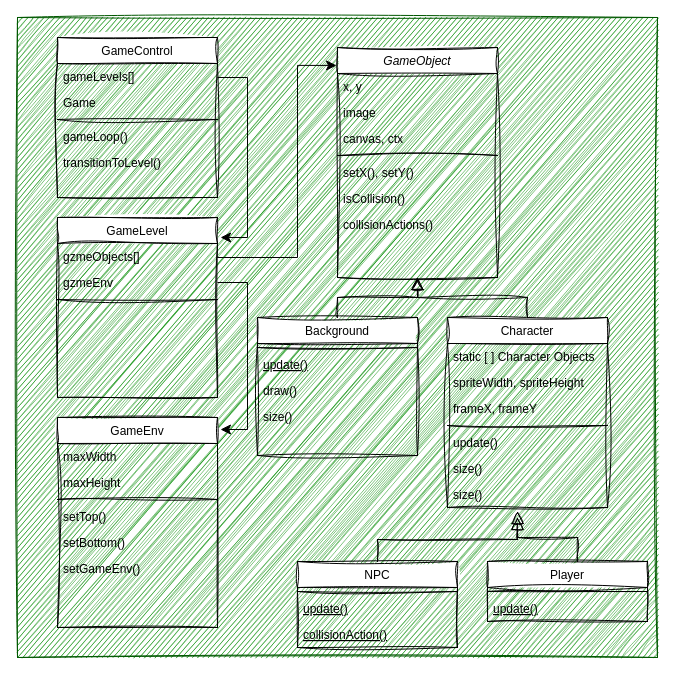
Before: design/alienWorld/gameDiagram.drawio in xinjiav3/NileBrownGame, a draw.io diagram. Source tidied: cells renumbered, new cells numbered last; positions are measured from the earlier drawing's top-left corner, leaving out a move shared by most shapes. Both pictures are drawn from the tidied source at 100%, with x=0, y=0 at pixel (17, 17).
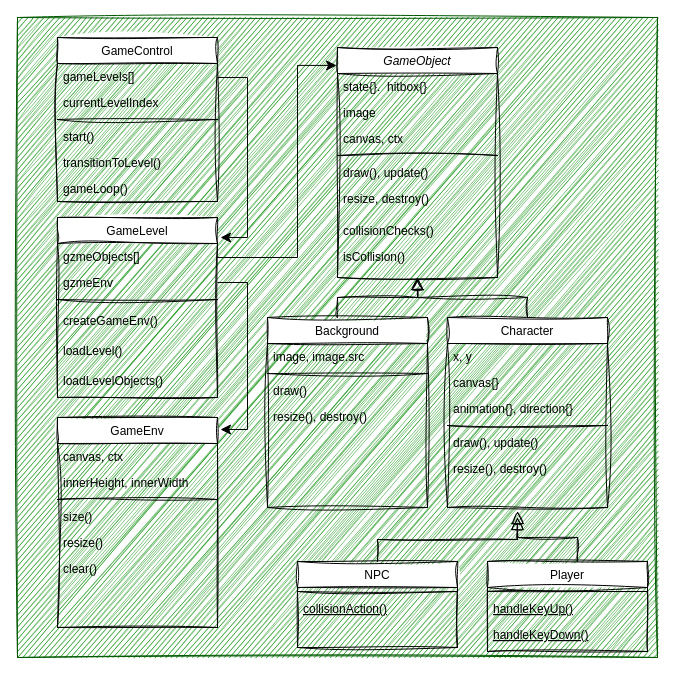
After the change.

Commit message:
rework drawio for future updates

Unchanged cells that the change refers to:
```xml
<mxCell id="3" value="GameObject" style="swimlane;fontStyle=2;align=center;verticalAlign=top;horizontal=1;startSize=26;rounded=0;shadow=0;strokeWidth=1;sketch=1;curveFitting=1;jiggle=2;" parent="1" vertex="1">
  <mxGeometry x="320" y="30" width="160" height="230" as="geometry" />
</mxCell>
<mxCell id="17" value="Character" style="swimlane;fontStyle=0;align=center;verticalAlign=top;horizontal=1;startSize=26;rounded=0;shadow=0;strokeWidth=1;sketch=1;curveFitting=1;jiggle=2;" parent="1" vertex="1">
  <mxGeometry x="430" y="300" width="160" height="190" as="geometry" />
</mxCell>
<mxCell id="32" value="NPC" style="swimlane;fontStyle=0;align=center;verticalAlign=top;horizontal=1;startSize=26;rounded=0;shadow=0;strokeWidth=1;sketch=1;curveFitting=1;jiggle=2;" parent="1" vertex="1">
  <mxGeometry x="280" y="544" width="160" height="86" as="geometry" />
</mxCell>
<mxCell id="41" value="GameEnv" style="swimlane;fontStyle=0;align=center;verticalAlign=top;horizontal=1;startSize=26;rounded=0;shadow=0;strokeWidth=1;sketch=1;curveFitting=1;jiggle=2;" parent="1" vertex="1">
  <mxGeometry x="40" y="400" width="160" height="210" as="geometry" />
</mxCell>
```

Change to the diagram source:
```diff
@@
-    <mxCell id="4" value="x, y" style="text;align=left;verticalAlign=top;spacingLeft=4;spacingRight=4;overflow=hidden;sketch=1;curveFitting=1;jiggle=2;rounded=0;" parent="3" vertex="1">
+    <mxCell id="4" value="state{}.  hitbox{}" style="text;align=left;verticalAlign=top;spacingLeft=4;spacingRight=4;overflow=hidden;sketch=1;curveFitting=1;jiggle=2;rounded=0;" parent="3" vertex="1">
       <mxGeometry y="26" width="160" height="26" as="geometry" />
     </mxCell>
@@
-    <mxCell id="8" value="setX(), setY()&#10;" style="text;align=left;verticalAlign=top;spacingLeft=4;spacingRight=4;overflow=hidden;sketch=1;curveFitting=1;jiggle=2;rounded=0;" parent="3" vertex="1">
-      <mxGeometry y="112" width="160" height="26" as="geometry" />
-    </mxCell>
-    <mxCell id="9" value="isCollision()" style="text;align=left;verticalAlign=top;spacingLeft=4;spacingRight=4;overflow=hidden;sketch=1;curveFitting=1;jiggle=2;rounded=0;" parent="3" vertex="1">
-      <mxGeometry y="138" width="160" height="26" as="geometry" />
+    <mxCell id="9" value="draw(), update()" style="text;align=left;verticalAlign=top;spacingLeft=4;spacingRight=4;overflow=hidden;sketch=1;curveFitting=1;jiggle=2;rounded=0;" parent="3" vertex="1">
+      <mxGeometry y="112" width="160" height="26" as="geometry" />
     </mxCell>
-    <mxCell id="10" value="collisionActions()" style="text;align=left;verticalAlign=top;spacingLeft=4;spacingRight=4;overflow=hidden;sketch=1;curveFitting=1;jiggle=2;rounded=0;" parent="3" vertex="1">
-      <mxGeometry y="164" width="160" height="26" as="geometry" />
+    <mxCell id="10" value="resize, destroy()" style="text;align=left;verticalAlign=top;spacingLeft=4;spacingRight=4;overflow=hidden;sketch=1;curveFitting=1;jiggle=2;rounded=0;" parent="3" vertex="1">
+      <mxGeometry y="138" width="160" height="24" as="geometry" />
     </mxCell>
-    <mxCell id="11" value="Background" style="swimlane;fontStyle=0;align=center;verticalAlign=top;horizontal=1;startSize=26;rounded=0;shadow=0;strokeWidth=1;sketch=1;curveFitting=1;jiggle=2;" parent="1" vertex="1">
-      <mxGeometry x="240" y="300" width="160" height="138" as="geometry" />
-    </mxCell>
-    <mxCell id="12" style="line;html=1;strokeWidth=1;align=left;verticalAlign=middle;spacingTop=-1;spacingLeft=3;spacingRight=3;labelPosition=right;sketch=1;curveFitting=1;jiggle=2;rounded=0;" parent="11" vertex="1">
-      <mxGeometry y="26" width="160" height="8" as="geometry" />
-    </mxCell>
-    <mxCell id="13" value="update()" style="text;align=left;verticalAlign=top;spacingLeft=4;spacingRight=4;overflow=hidden;fontStyle=4;sketch=1;curveFitting=1;jiggle=2;rounded=0;" parent="11" vertex="1">
-      <mxGeometry y="34" width="160" height="26" as="geometry" />
-    </mxCell>
-    <mxCell id="14" value="draw()" style="text;align=left;verticalAlign=top;spacingLeft=4;spacingRight=4;overflow=hidden;sketch=1;curveFitting=1;jiggle=2;rounded=0;" parent="11" vertex="1">
-      <mxGeometry y="60" width="160" height="26" as="geometry" />
-    </mxCell>
-    <mxCell id="15" value="size()" style="text;align=left;verticalAlign=top;spacingLeft=4;spacingRight=4;overflow=hidden;sketch=1;curveFitting=1;jiggle=2;rounded=0;" parent="11" vertex="1">
-      <mxGeometry y="86" width="160" height="26" as="geometry" />
-    </mxCell>
-    <mxCell id="16" style="endArrow=block;endSize=10;endFill=0;shadow=0;strokeWidth=1;rounded=0;edgeStyle=elbowEdgeStyle;elbow=vertical;sketch=1;curveFitting=1;jiggle=2;" parent="1" edge="1" source="11" target="3">
-      <mxGeometry relative="1" as="geometry" />
+    <mxCell id="16" style="endArrow=block;endSize=10;endFill=0;shadow=0;strokeWidth=1;rounded=0;edgeStyle=elbowEdgeStyle;elbow=vertical;sketch=1;curveFitting=1;jiggle=2;" parent="1" edge="1" target="3">
+      <mxGeometry relative="1" as="geometry">
+        <mxPoint x="320" y="300" as="sourcePoint" />
+      </mxGeometry>
     </mxCell>
@@
-    <mxCell id="18" value="static [ ] Character Objects" style="text;align=left;verticalAlign=top;spacingLeft=4;spacingRight=4;overflow=hidden;sketch=1;curveFitting=1;jiggle=2;rounded=0;" parent="17" vertex="1">
+    <mxCell id="18" value="x, y" style="text;align=left;verticalAlign=top;spacingLeft=4;spacingRight=4;overflow=hidden;sketch=1;curveFitting=1;jiggle=2;rounded=0;" parent="17" vertex="1">
       <mxGeometry y="26" width="160" height="26" as="geometry" />
     </mxCell>
-    <mxCell id="19" value="spriteWidth, spriteHeight" style="text;align=left;verticalAlign=top;spacingLeft=4;spacingRight=4;overflow=hidden;sketch=1;curveFitting=1;jiggle=2;rounded=0;" parent="17" vertex="1">
+    <mxCell id="19" value="canvas{}" style="text;align=left;verticalAlign=top;spacingLeft=4;spacingRight=4;overflow=hidden;sketch=1;curveFitting=1;jiggle=2;rounded=0;" parent="17" vertex="1">
       <mxGeometry y="52" width="160" height="26" as="geometry" />
     </mxCell>
-    <mxCell id="20" value="frameX, frameY" style="text;align=left;verticalAlign=top;spacingLeft=4;spacingRight=4;overflow=hidden;sketch=1;curveFitting=1;jiggle=2;rounded=0;" parent="17" vertex="1">
+    <mxCell id="20" value="animation{}, direction{}" style="text;align=left;verticalAlign=top;spacingLeft=4;spacingRight=4;overflow=hidden;sketch=1;curveFitting=1;jiggle=2;rounded=0;" parent="17" vertex="1">
       <mxGeometry y="78" width="160" height="26" as="geometry" />
     </mxCell>
@@
-    <mxCell id="22" value="update()" style="text;align=left;verticalAlign=top;spacingLeft=4;spacingRight=4;overflow=hidden;sketch=1;curveFitting=1;jiggle=2;rounded=0;" parent="17" vertex="1">
+    <mxCell id="22" value="draw(), update()" style="text;align=left;verticalAlign=top;spacingLeft=4;spacingRight=4;overflow=hidden;sketch=1;curveFitting=1;jiggle=2;rounded=0;" parent="17" vertex="1">
       <mxGeometry y="112" width="160" height="26" as="geometry" />
     </mxCell>
-    <mxCell id="23" value="size()" style="text;align=left;verticalAlign=top;spacingLeft=4;spacingRight=4;overflow=hidden;sketch=1;curveFitting=1;jiggle=2;rounded=0;" parent="17" vertex="1">
+    <mxCell id="23" value="resize(), destroy()" style="text;align=left;verticalAlign=top;spacingLeft=4;spacingRight=4;overflow=hidden;sketch=1;curveFitting=1;jiggle=2;rounded=0;" parent="17" vertex="1">
       <mxGeometry y="138" width="160" height="26" as="geometry" />
     </mxCell>
-    <mxCell id="24" value="size()" style="text;align=left;verticalAlign=top;spacingLeft=4;spacingRight=4;overflow=hidden;points=[[0,0.5],[1,0.5]];portConstraint=eastwest;sketch=1;curveFitting=1;jiggle=2;rounded=0;" parent="17" vertex="1">
-      <mxGeometry y="164" width="160" height="26" as="geometry" />
-    </mxCell>
@@
     <mxCell id="26" value="GameControl" style="swimlane;fontStyle=0;align=center;verticalAlign=top;horizontal=1;startSize=26;rounded=0;shadow=0;strokeWidth=1;sketch=1;curveFitting=1;jiggle=2;" parent="1" vertex="1">
-      <mxGeometry x="40" y="20" width="160" height="160" as="geometry" />
+      <mxGeometry x="40" y="20" width="160" height="164" as="geometry" />
     </mxCell>
@@
-    <mxCell id="28" value="Game" style="text;align=left;verticalAlign=top;spacingLeft=4;spacingRight=4;overflow=hidden;sketch=1;curveFitting=1;jiggle=2;rounded=0;" parent="26" vertex="1">
+    <mxCell id="28" value="currentLevelIndex" style="text;align=left;verticalAlign=top;spacingLeft=4;spacingRight=4;overflow=hidden;sketch=1;curveFitting=1;jiggle=2;rounded=0;" parent="26" vertex="1">
       <mxGeometry y="52" width="160" height="26" as="geometry" />
     </mxCell>
@@
-    <mxCell id="30" value="gameLoop()" style="text;align=left;verticalAlign=top;spacingLeft=4;spacingRight=4;overflow=hidden;sketch=1;curveFitting=1;jiggle=2;rounded=0;" parent="26" vertex="1">
+    <mxCell id="30" value="start()" style="text;align=left;verticalAlign=top;spacingLeft=4;spacingRight=4;overflow=hidden;sketch=1;curveFitting=1;jiggle=2;rounded=0;" parent="26" vertex="1">
       <mxGeometry y="86" width="160" height="26" as="geometry" />
     </mxCell>
@@
+    <mxCell id="55" value="gameLoop()" style="text;align=left;verticalAlign=top;spacingLeft=4;spacingRight=4;overflow=hidden;sketch=1;curveFitting=1;jiggle=2;rounded=0;" parent="26" vertex="1">
+      <mxGeometry y="138" width="160" height="26" as="geometry" />
+    </mxCell>
@@
-    <mxCell id="34" value="update()" style="text;align=left;verticalAlign=top;spacingLeft=4;spacingRight=4;overflow=hidden;fontStyle=4;sketch=1;curveFitting=1;jiggle=2;rounded=0;" parent="32" vertex="1">
-      <mxGeometry y="34" width="160" height="26" as="geometry" />
-    </mxCell>
     <mxCell id="35" value="collisionAction()" style="text;align=left;verticalAlign=top;spacingLeft=4;spacingRight=4;overflow=hidden;fontStyle=4;sketch=1;curveFitting=1;jiggle=2;rounded=0;" parent="32" vertex="1">
-      <mxGeometry y="60" width="160" height="26" as="geometry" />
+      <mxGeometry y="34" width="160" height="26" as="geometry" />
     </mxCell>
     <mxCell id="36" value="Player" style="swimlane;fontStyle=0;align=center;verticalAlign=top;horizontal=1;startSize=26;rounded=0;shadow=0;strokeWidth=1;sketch=1;curveFitting=1;jiggle=2;" parent="1" vertex="1">
-      <mxGeometry x="470" y="544" width="160" height="60" as="geometry" />
+      <mxGeometry x="470" y="544" width="160" height="90" as="geometry" />
     </mxCell>
@@
-    <mxCell id="38" value="update()" style="text;align=left;verticalAlign=top;spacingLeft=4;spacingRight=4;overflow=hidden;fontStyle=4;sketch=1;curveFitting=1;jiggle=2;rounded=0;" parent="36" vertex="1">
+    <mxCell id="38" value="handleKeyUp()" style="text;align=left;verticalAlign=top;spacingLeft=4;spacingRight=4;overflow=hidden;fontStyle=4;sketch=1;curveFitting=1;jiggle=2;rounded=0;" parent="36" vertex="1">
       <mxGeometry y="34" width="160" height="26" as="geometry" />
     </mxCell>
+    <mxCell id="56" value="handleKeyDown()" style="text;align=left;verticalAlign=top;spacingLeft=4;spacingRight=4;overflow=hidden;fontStyle=4;sketch=1;curveFitting=1;jiggle=2;rounded=0;" parent="36" vertex="1">
+      <mxGeometry y="60" width="160" height="26" as="geometry" />
+    </mxCell>
@@
-    <mxCell id="40" style="endArrow=block;endSize=10;endFill=0;shadow=0;strokeWidth=1;rounded=0;edgeStyle=elbowEdgeStyle;elbow=vertical;sketch=1;curveFitting=1;jiggle=2;exitX=0.563;exitY=0;exitDx=0;exitDy=0;exitPerimeter=0;entryX=0.438;entryY=1.154;entryDx=0;entryDy=0;entryPerimeter=0;" parent="1" edge="1" source="36" target="24">
+    <mxCell id="40" style="endArrow=block;endSize=10;endFill=0;shadow=0;strokeWidth=1;rounded=0;edgeStyle=elbowEdgeStyle;elbow=vertical;sketch=1;curveFitting=1;jiggle=2;exitX=0.563;exitY=0;exitDx=0;exitDy=0;exitPerimeter=0;entryX=0.438;entryY=1.154;entryDx=0;entryDy=0;entryPerimeter=0;" parent="1" edge="1" source="36">
       <mxGeometry relative="1" as="geometry">
+        <mxPoint x="500.1" y="494" as="targetPoint" />
         <Array as="points">
           <mxPoint x="470" y="520" />
         </Array>
       </mxGeometry>
     </mxCell>
@@
-    <mxCell id="42" value="maxWidth" style="text;align=left;verticalAlign=top;spacingLeft=4;spacingRight=4;overflow=hidden;sketch=1;curveFitting=1;jiggle=2;rounded=0;" parent="41" vertex="1">
+    <mxCell id="42" value="canvas, ctx" style="text;align=left;verticalAlign=top;spacingLeft=4;spacingRight=4;overflow=hidden;sketch=1;curveFitting=1;jiggle=2;rounded=0;" parent="41" vertex="1">
       <mxGeometry y="26" width="160" height="26" as="geometry" />
     </mxCell>
-    <mxCell id="43" value="maxHeight" style="text;align=left;verticalAlign=top;spacingLeft=4;spacingRight=4;overflow=hidden;sketch=1;curveFitting=1;jiggle=2;rounded=0;" parent="41" vertex="1">
+    <mxCell id="43" value="innerHeight, innerWidth" style="text;align=left;verticalAlign=top;spacingLeft=4;spacingRight=4;overflow=hidden;sketch=1;curveFitting=1;jiggle=2;rounded=0;" parent="41" vertex="1">
       <mxGeometry y="52" width="160" height="26" as="geometry" />
     </mxCell>
@@
-    <mxCell id="45" value="setTop()" style="text;align=left;verticalAlign=top;spacingLeft=4;spacingRight=4;overflow=hidden;sketch=1;curveFitting=1;jiggle=2;rounded=0;" parent="41" vertex="1">
+    <mxCell id="45" value="size()" style="text;align=left;verticalAlign=top;spacingLeft=4;spacingRight=4;overflow=hidden;sketch=1;curveFitting=1;jiggle=2;rounded=0;" parent="41" vertex="1">
       <mxGeometry y="86" width="160" height="26" as="geometry" />
     </mxCell>
-    <mxCell id="46" value="setBottom()" style="text;align=left;verticalAlign=top;spacingLeft=4;spacingRight=4;overflow=hidden;sketch=1;curveFitting=1;jiggle=2;rounded=0;" parent="41" vertex="1">
+    <mxCell id="46" value="resize()" style="text;align=left;verticalAlign=top;spacingLeft=4;spacingRight=4;overflow=hidden;sketch=1;curveFitting=1;jiggle=2;rounded=0;" parent="41" vertex="1">
       <mxGeometry y="112" width="160" height="26" as="geometry" />
     </mxCell>
-    <mxCell id="47" value="setGameEnv()" style="text;align=left;verticalAlign=top;spacingLeft=4;spacingRight=4;overflow=hidden;sketch=1;curveFitting=1;jiggle=2;rounded=0;" parent="41" vertex="1">
+    <mxCell id="47" value="clear()" style="text;align=left;verticalAlign=top;spacingLeft=4;spacingRight=4;overflow=hidden;sketch=1;curveFitting=1;jiggle=2;rounded=0;" parent="41" vertex="1">
       <mxGeometry y="138" width="160" height="26" as="geometry" />
     </mxCell>
@@
+    <mxCell id="57" value="loadLevel()" style="text;align=left;verticalAlign=top;spacingLeft=4;spacingRight=4;overflow=hidden;sketch=1;curveFitting=1;jiggle=2;rounded=0;" parent="1" vertex="1">
+      <mxGeometry x="40" y="320" width="160" height="30" as="geometry" />
+    </mxCell>
+    <mxCell id="58" value="loadLevelObjects()" style="text;align=left;verticalAlign=top;spacingLeft=4;spacingRight=4;overflow=hidden;sketch=1;curveFitting=1;jiggle=2;rounded=0;" parent="1" vertex="1">
+      <mxGeometry x="40" y="350" width="160" height="30" as="geometry" />
+    </mxCell>
+    <mxCell id="59" value="createGameEnv()" style="text;align=left;verticalAlign=top;spacingLeft=4;spacingRight=4;overflow=hidden;sketch=1;curveFitting=1;jiggle=2;rounded=0;" parent="1" vertex="1">
+      <mxGeometry x="40" y="290" width="160" height="30" as="geometry" />
+    </mxCell>
+    <mxCell id="60" value="collisionChecks()" style="text;align=left;verticalAlign=top;spacingLeft=4;spacingRight=4;overflow=hidden;sketch=1;curveFitting=1;jiggle=2;rounded=0;" parent="1" vertex="1">
+      <mxGeometry x="320" y="200" width="160" height="26" as="geometry" />
+    </mxCell>
+    <mxCell id="61" value="isCollision()" style="text;align=left;verticalAlign=top;spacingLeft=4;spacingRight=4;overflow=hidden;sketch=1;curveFitting=1;jiggle=2;rounded=0;" parent="1" vertex="1">
+      <mxGeometry x="320" y="226" width="160" height="26" as="geometry" />
+    </mxCell>
+    <mxCell id="11" value="Background" style="swimlane;fontStyle=0;align=center;verticalAlign=top;horizontal=1;startSize=26;rounded=0;shadow=0;strokeWidth=1;sketch=1;curveFitting=1;jiggle=2;" parent="1" vertex="1">
+      <mxGeometry x="250" y="300" width="160" height="190" as="geometry" />
+    </mxCell>
+    <mxCell id="62" value="image, image.src" style="text;align=left;verticalAlign=top;spacingLeft=4;spacingRight=4;overflow=hidden;sketch=1;curveFitting=1;jiggle=2;rounded=0;" parent="11" vertex="1">
+      <mxGeometry y="26" width="160" height="26" as="geometry" />
+    </mxCell>
+    <mxCell id="63" style="line;html=1;strokeWidth=1;align=left;verticalAlign=middle;spacingTop=-1;spacingLeft=3;spacingRight=3;labelPosition=right;sketch=1;curveFitting=1;jiggle=2;rounded=0;" parent="11" vertex="1">
+      <mxGeometry y="52" width="160" height="8" as="geometry" />
+    </mxCell>
+    <mxCell id="14" value="draw()" style="text;align=left;verticalAlign=top;spacingLeft=4;spacingRight=4;overflow=hidden;sketch=1;curveFitting=1;jiggle=2;rounded=0;" parent="11" vertex="1">
+      <mxGeometry y="60" width="160" height="26" as="geometry" />
+    </mxCell>
+    <mxCell id="64" value="resize(), destroy()" style="text;align=left;verticalAlign=top;spacingLeft=4;spacingRight=4;overflow=hidden;sketch=1;curveFitting=1;jiggle=2;rounded=0;" parent="11" vertex="1">
+      <mxGeometry y="86" width="160" height="26" as="geometry" />
+    </mxCell>
```
